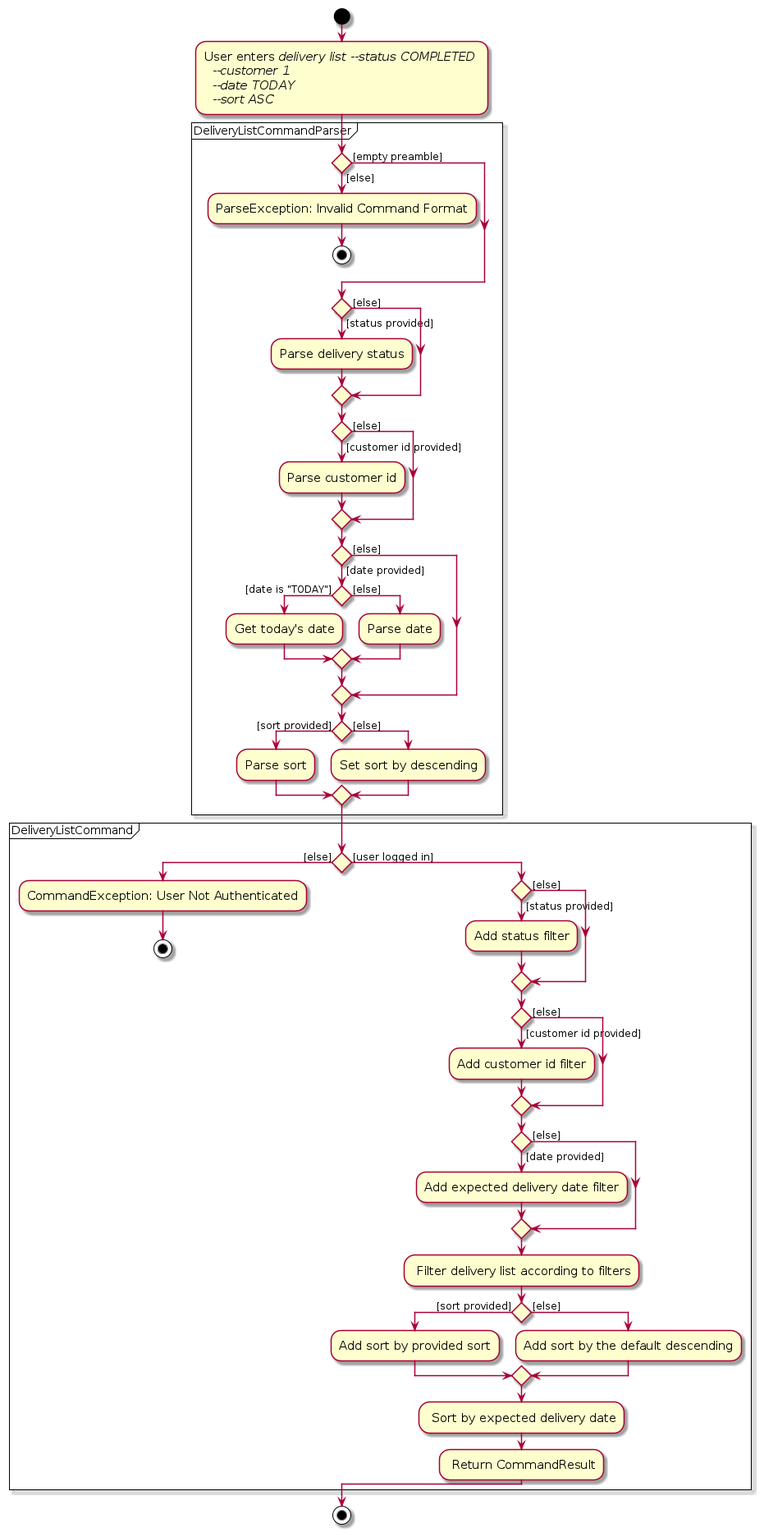
Above: diagrams/implementation/delivery/DeliveryListActivityDiagram.png in zhonghan721/tp (PlantUML), before the change. Its source is kept beside it as diagrams/implementation/delivery/DeliveryListActivityDiagram.puml.
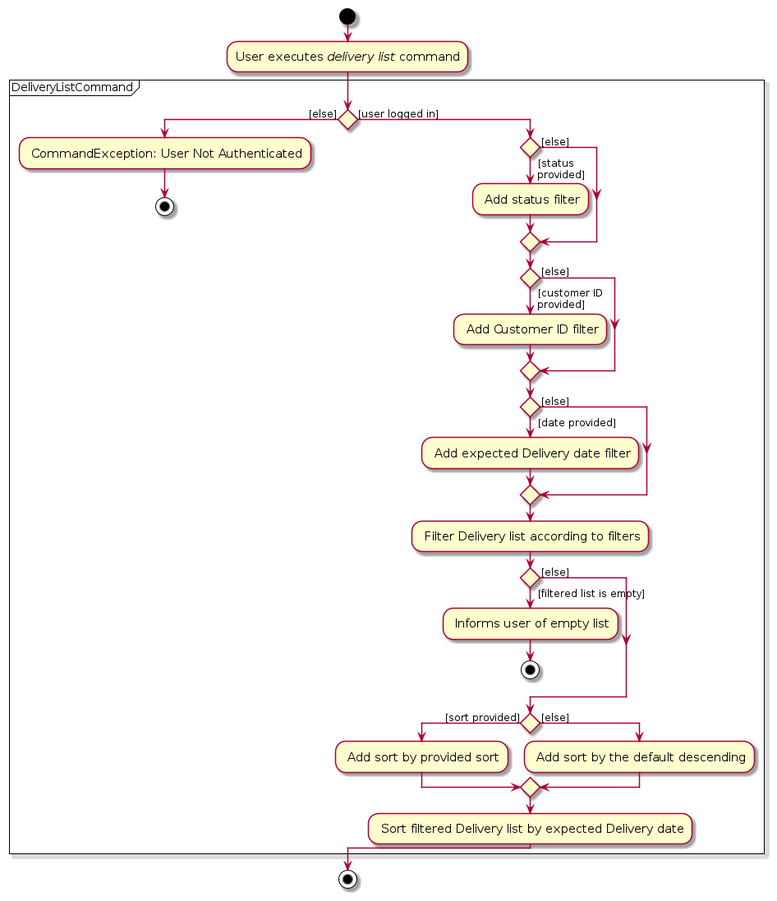
After the commit.

Diff of the diagram source:
```diff
@@ -5,74 +5,40 @@
 
 !pragma useVerticalIf on
 start
-:User enters <i>delivery list --status COMPLETED \n <i> --customer 1</i> \n <i> --date TODAY </i> \n <i> --sort ASC </i>;
-partition DeliveryListCommandParser {
-    if () then ([else])
-        :ParseException: Invalid Command Format;
-        stop
-        else ([empty preamble])
-        endif
-
-       if () then ([status provided])
-           :Parse delivery status;
-       else ([else])
-       endif
-
-       if () then ([customer id provided])
-           :Parse customer id;
-
-       else ([else])
-       endif
-
-       if () then ([date provided])
-
-           if () then ([date is "TODAY"])
-               :Get today's date;
-
-           else ([else])
-            :Parse date;
-           endif
-
-       else ([else])
-        endif
-
-          if () then ([sort provided])
-                   :Parse sort;
-
-               else ([else])
-               :Set sort by descending;
-               endif
-
-}
+:User executes <i>delivery list</i> command;
 
 partition DeliveryListCommand {
     if () then ([else])
-        :CommandException: User Not Authenticated;
+        : CommandException: User Not Authenticated;
         stop
     else ([user logged in])
 
-    if () then ([status provided])
-        :Add status filter;
+    if () then ( [status \n provided])
+        : Add status filter;
     else ([else])
     endif
 
-    if () then ([customer id provided])
-        :Add customer id filter;
+    if () then ( [customer ID\n provided])
+        : Add Customer ID filter;
     else ([else])
     endif
 
-    if () then ([date provided])
-        :Add expected delivery date filter;
+    if () then ( [date provided])
+        : Add expected Delivery date filter;
     else ([else])
     endif
-        : Filter delivery list according to filters;
-     if () then ([sort provided])
-            :Add sort by provided sort;
+        : Filter Delivery list according to filters;
+    if () then ( [filtered list is empty])
+        : Informs user of empty list;
+        stop
+    else ([else])
+    endif
+    if () then ([sort provided])
+            : Add sort by provided sort;
         else ([else])
-        :Add sort by the default descending;
+        : Add sort by the default descending;
         endif
-        : Sort by expected delivery date;
-        : Return CommandResult;
+        : Sort filtered Delivery list by expected Delivery date;
     endif
 
 }
```
